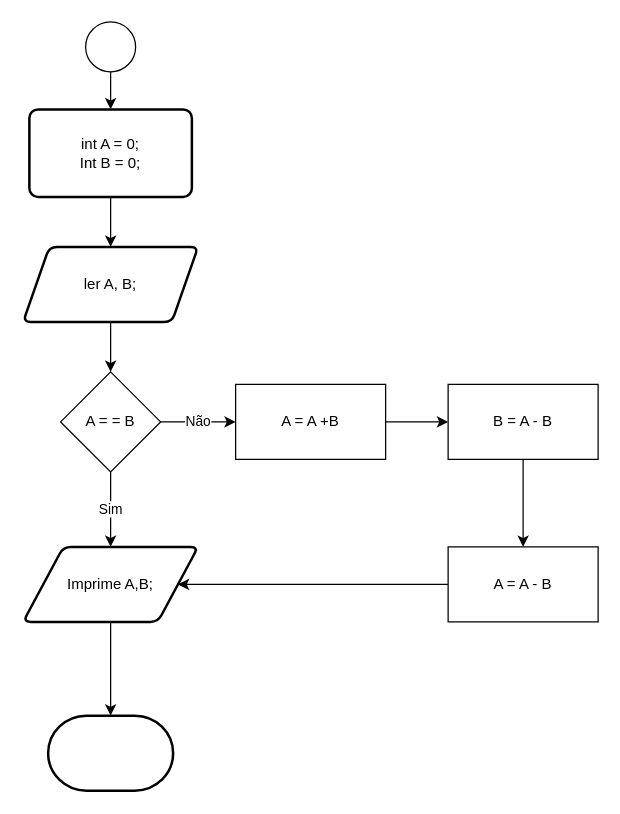
The draw.io diagram Swap_Xor.drawio in rafaelengineer/Curso_Logica_Acc, before the edit. Source tidied: cells renumbered, new cells numbered last; positions are measured from the earlier drawing's top-left corner, leaving out a move shared by most shapes. Both pictures are drawn from the tidied source at 125%, with x=0, y=0 at pixel (22, 21).
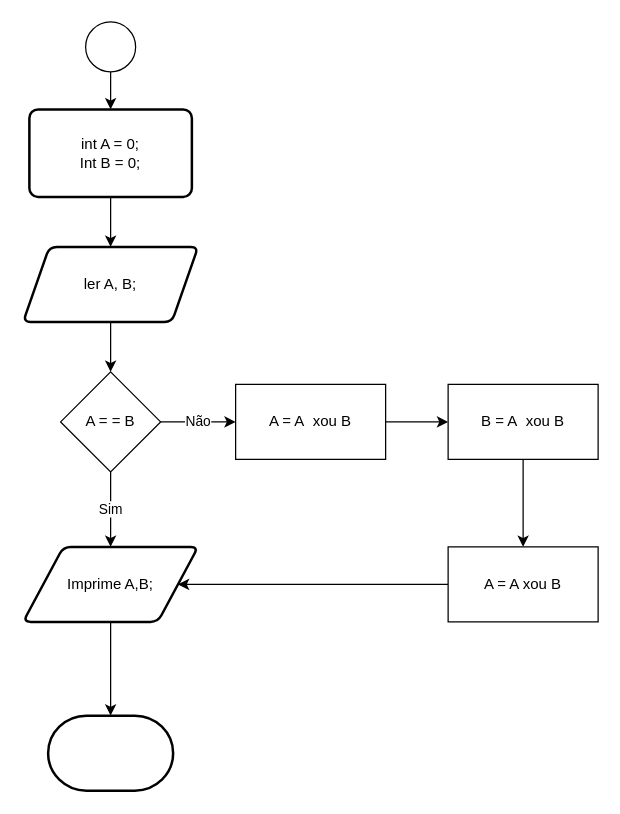
After the change.

Change to the diagram source:
```diff
@@
 <mxGraphModel>
   <root>
     <mxCell id="0" />
     <mxCell id="1" parent="0" />
     <mxCell id="2" value="Sim" style="edgeStyle=orthogonalEdgeStyle;rounded=0;jettySize=auto;html=1;exitX=0.5;exitY=1;exitDx=0;exitDy=0;" parent="1" edge="1" source="5" target="14">
       <mxGeometry relative="1" as="geometry" />
     </mxCell>
     <mxCell id="3" style="ellipse;whiteSpace=wrap;html=1;" parent="1" vertex="1">
       <mxGeometry x="50" width="40" height="40" as="geometry" />
     </mxCell>
     <mxCell id="4" value="Não" style="edgeStyle=orthogonalEdgeStyle;rounded=0;jettySize=auto;html=1;" parent="1" edge="1" source="5" target="12">
       <mxGeometry relative="1" as="geometry" />
     </mxCell>
     <mxCell id="5" value="A = = B" style="rhombus;whiteSpace=wrap;html=1;" parent="1" vertex="1">
       <mxGeometry x="30" y="280" width="80" height="80" as="geometry" />
     </mxCell>
     <mxCell id="6" style="edgeStyle=orthogonalEdgeStyle;rounded=0;jettySize=auto;html=1;" parent="1" edge="1" source="7" target="5">
       <mxGeometry relative="1" as="geometry" />
     </mxCell>
     <mxCell id="7" value="ler A, B;" style="shape=parallelogram;html=1;strokeWidth=2;perimeter=parallelogramPerimeter;whiteSpace=wrap;rounded=1;arcSize=12;size=0.15000000000000002;" parent="1" vertex="1">
       <mxGeometry y="180" width="140" height="60" as="geometry" />
     </mxCell>
     <mxCell id="8" style="edgeStyle=orthogonalEdgeStyle;rounded=0;jettySize=auto;html=1;" parent="1" edge="1" source="3" target="10">
       <mxGeometry relative="1" as="geometry" />
     </mxCell>
     <mxCell id="9" style="edgeStyle=orthogonalEdgeStyle;rounded=0;jettySize=auto;html=1;" parent="1" edge="1" source="10" target="7">
       <mxGeometry relative="1" as="geometry" />
     </mxCell>
     <mxCell id="10" value="int A = 0;&lt;br&gt;Int B = 0;" style="rounded=1;whiteSpace=wrap;html=1;absoluteArcSize=1;arcSize=14;strokeWidth=2;" parent="1" vertex="1">
       <mxGeometry x="5" y="70" width="130" height="70" as="geometry" />
     </mxCell>
     <mxCell id="11" style="edgeStyle=orthogonalEdgeStyle;rounded=0;jettySize=auto;html=1;" parent="1" edge="1" source="12" target="16">
       <mxGeometry relative="1" as="geometry" />
     </mxCell>
-    <mxCell id="12" value="A = A +B" style="whiteSpace=wrap;html=1;" parent="1" vertex="1">
+    <mxCell id="12" value="A = A&amp;nbsp; xou B" style="whiteSpace=wrap;html=1;" parent="1" vertex="1">
       <mxGeometry x="170" y="290" width="120" height="60" as="geometry" />
     </mxCell>
     <mxCell id="13" style="edgeStyle=orthogonalEdgeStyle;rounded=0;jettySize=auto;html=1;" parent="1" edge="1" source="14" target="19">
       <mxGeometry relative="1" as="geometry" />
     </mxCell>
     <mxCell id="14" value="Imprime A,B;" style="shape=parallelogram;html=1;strokeWidth=2;perimeter=parallelogramPerimeter;whiteSpace=wrap;rounded=1;arcSize=12;size=0.23;" parent="1" vertex="1">
       <mxGeometry y="420" width="140" height="60" as="geometry" />
     </mxCell>
     <mxCell id="15" style="edgeStyle=orthogonalEdgeStyle;rounded=0;jettySize=auto;html=1;" parent="1" edge="1" source="16" target="18">
       <mxGeometry relative="1" as="geometry" />
     </mxCell>
-    <mxCell id="16" value="B = A - B" style="whiteSpace=wrap;html=1;" parent="1" vertex="1">
+    <mxCell id="16" value="B = A&amp;nbsp; xou B" style="whiteSpace=wrap;html=1;" parent="1" vertex="1">
       <mxGeometry x="340" y="290" width="120" height="60" as="geometry" />
     </mxCell>
     <mxCell id="17" style="edgeStyle=orthogonalEdgeStyle;rounded=0;jettySize=auto;html=1;entryX=1;entryY=0.5;entryDx=0;entryDy=0;" parent="1" edge="1" source="18" target="14">
       <mxGeometry relative="1" as="geometry" />
     </mxCell>
-    <mxCell id="18" value="A = A - B" style="whiteSpace=wrap;html=1;" parent="1" vertex="1">
+    <mxCell id="18" value="A = A xou B" style="whiteSpace=wrap;html=1;" parent="1" vertex="1">
       <mxGeometry x="340" y="420" width="120" height="60" as="geometry" />
     </mxCell>
     <mxCell id="19" style="strokeWidth=2;html=1;shape=mxgraph.flowchart.terminator;whiteSpace=wrap;" parent="1" vertex="1">
       <mxGeometry x="20" y="555" width="100" height="60" as="geometry" />
     </mxCell>
   </root>
 </mxGraphModel>
```
